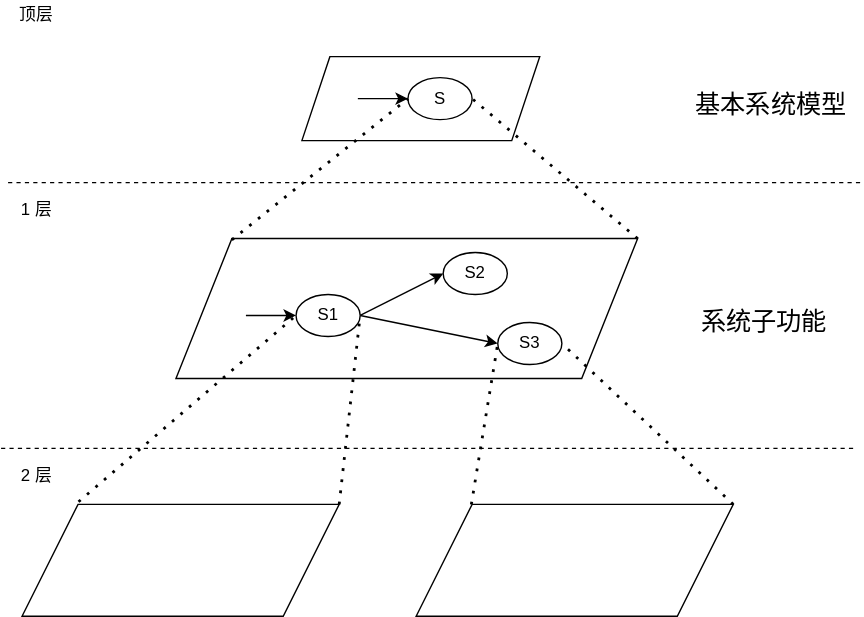
Above: DatabaseNote/pic/dfd-hierarchy.svg in LviatYi/KnownBase (draw.io), before the change. Source tidied: cells renumbered, new cells last; positions are measured from the earlier drawing's top-left corner, leaving out a move shared by most shapes.
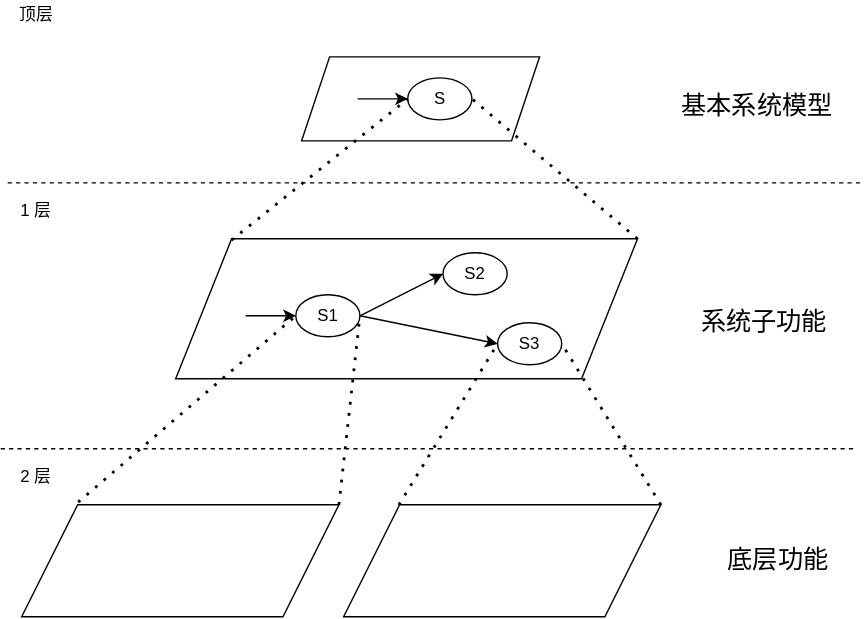
After the commit.

The edit, as a diff of the source:
```diff
@@ -12,7 +12,7 @@
       </mxGeometry>
     </mxCell>
     <mxCell id="4" value="&lt;font style=&quot;font-size: 18px&quot;&gt;基本系统模型&lt;/font&gt;" style="text;html=1;align=center;verticalAlign=middle;strokeColor=none;" parent="1" vertex="1">
-      <mxGeometry x="490" y="65" width="120" height="20" as="geometry" />
+      <mxGeometry x="480" y="65" width="120" height="20" as="geometry" />
     </mxCell>
     <mxCell id="5" value="S" style="ellipse;whiteSpace=wrap;html=1;" parent="1" vertex="1">
       <mxGeometry x="290.8" y="55" width="45.8" height="30" as="geometry" />
@@ -61,7 +61,7 @@
       <mxGeometry x="15" y="360" width="226.7" height="80" as="geometry" />
     </mxCell>
     <mxCell id="18" style="shape=parallelogram;perimeter=parallelogramPerimeter;whiteSpace=wrap;html=1;fixedSize=1;size=40;" parent="1" vertex="1">
-      <mxGeometry x="296.7" y="360" width="226.7" height="80" as="geometry" />
+      <mxGeometry x="245" y="360" width="226.7" height="80" as="geometry" />
     </mxCell>
     <mxCell id="19" style="endArrow=none;dashed=1;html=1;dashPattern=1 3;strokeWidth=2;entryX=0;entryY=0.5;entryDx=0;entryDy=0;exitX=0.121;exitY=0.01;exitDx=0;exitDy=0;exitPerimeter=0;" parent="1" edge="1" source="7" target="5">
       <mxGeometry relative="1" as="geometry" />
@@ -90,5 +90,8 @@
     <mxCell id="27" value="顶层" style="text;html=1;align=center;verticalAlign=middle;strokeColor=none;" parent="1" vertex="1">
       <mxGeometry x="5" width="40" height="20" as="geometry" />
     </mxCell>
+    <mxCell id="28" value="&lt;span style=&quot;font-size: 18px&quot;&gt;底层功能&lt;br&gt;&lt;/span&gt;" style="text;html=1;align=center;verticalAlign=middle;strokeColor=none;" parent="1" vertex="1">
+      <mxGeometry x="510" y="390" width="90" height="20" as="geometry" />
+    </mxCell>
   </root>
 </mxGraphModel>
```
